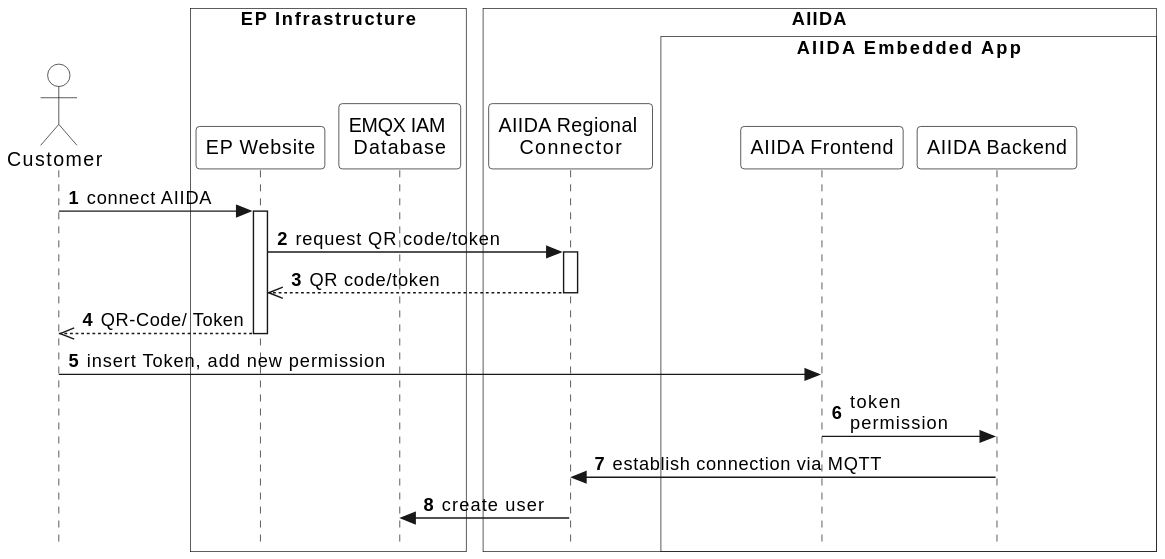
Earlier version of the PlantUML export arc42/aiida/runtime-view/figures/aiida_new_connection_token.svg (eddie-energy/architecture).
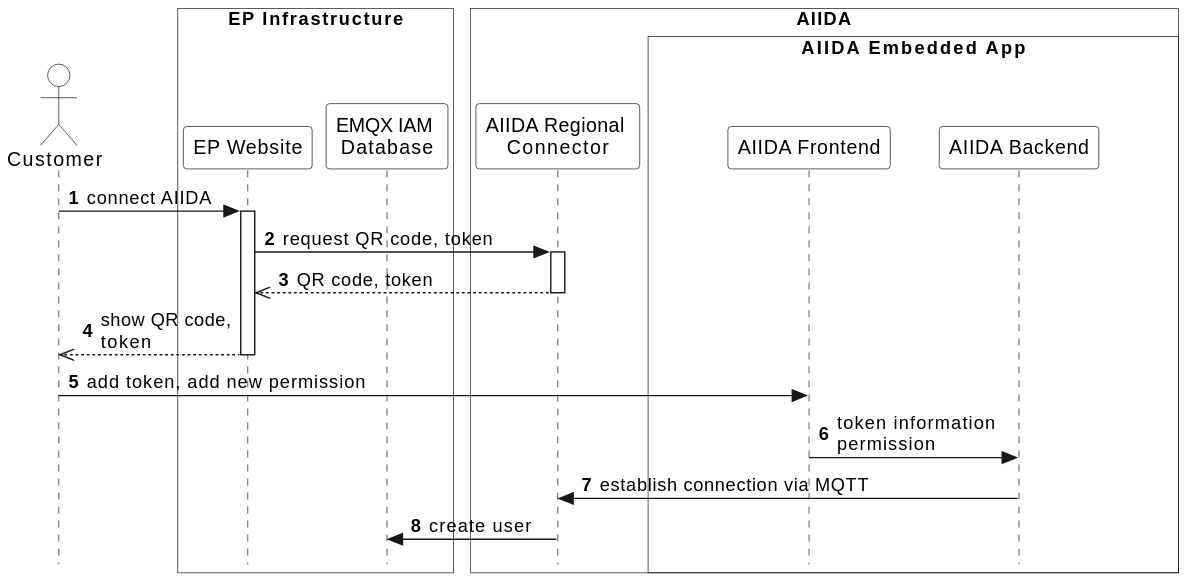
After the commit.

Change to the diagram source:
```diff
@@ -11,33 +11,28 @@
 
 actor "Customer" as user
 box "EP Infrastructure" #transparent
-  participant "EP Website" as website
-  participant "EMQX IAM \nDatabase" as database
+participant "EP Website" as website
+participant "EMQX IAM \nDatabase" as database
 end box
-    box "\tAIIDA\t\t"  #transparent
-    participant "AIIDA Regional \nConnector" as connector
-      box "\t\tAIIDA Embedded App\t\t"  #transparent
-      participant "AIIDA Frontend" as frontend
-      participant "AIIDA Backend" as backend
-    end box
-  end box
-
+box "\tAIIDA\t\t"  #transparent
+participant "AIIDA Regional \nConnector" as connector
+box "\t\tAIIDA Embedded App\t\t"  #transparent
+participant "AIIDA Frontend" as frontend
+participant "AIIDA Backend" as backend
+end box
+end box
 
 user -> website : connect AIIDA
 activate website
-website -> connector : request QR code/token
+website -> connector : request QR code, token
 activate connector
-connector -->> website : QR code/token
+connector -->> website : QR code, token
 deactivate connector
-  website -->> user : QR-Code/ Token
+website -->> user : show QR code,\ntoken
 deactivate website
 
-
-  user -> frontend : insert Token, add new permission
-
-      frontend -> backend : token \npermission
-
-    backend  -> connector : establish connection via MQTT
-
-    connector -> database : create user
+user -> frontend : add token, add new permission
+frontend -> backend : token information\npermission
+backend -> connector : establish connection via MQTT
+connector -> database : create user
 @enduml
```
